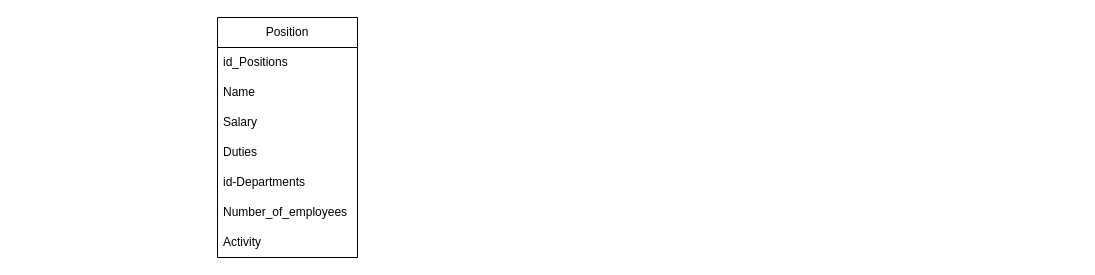
This is Рекламное агентство.drawio from Aazmandiuc/DataBases, a draw.io file, before an edit. Source tidied: cells renumbered, new cells numbered last; positions are measured from the earlier drawing's top-left corner, leaving out a move shared by most shapes. Both pictures are drawn from the tidied source at 100%, with x=0, y=0 at pixel (217, 17).
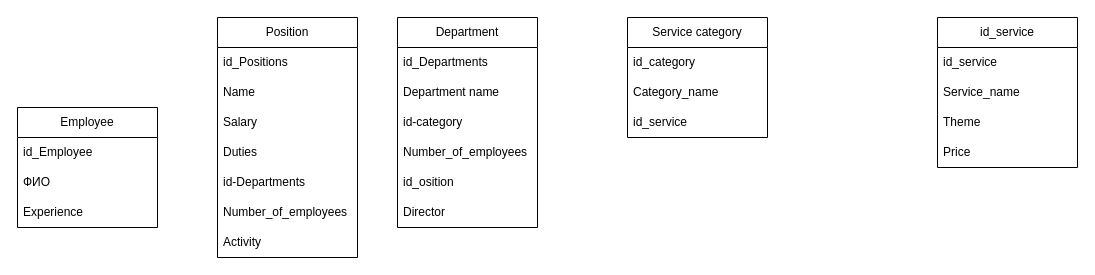
The same page after the edit.

Change to the diagram source:
```diff
@@
+    <mxCell id="10" value="Employee" style="swimlane;fontStyle=0;horizontal=1;startSize=30;whiteSpace=wrap;html=1;rounded=0;swimlaneLine=1;glass=0;shadow=0;noLabel=0;direction=east;fixDash=0;absoluteArcSize=0;" parent="1" vertex="1">
+      <mxGeometry x="-200" y="90" width="140" height="120" as="geometry" />
+    </mxCell>
+    <mxCell id="11" value="id_Employee" style="text;strokeColor=none;fillColor=none;align=left;verticalAlign=middle;spacingLeft=4;spacingRight=4;overflow=hidden;whiteSpace=wrap;html=1;" parent="10" vertex="1">
+      <mxGeometry y="30" width="140" height="30" as="geometry" />
+    </mxCell>
+    <mxCell id="12" value="ФИО" style="text;strokeColor=none;fillColor=none;align=left;verticalAlign=middle;spacingLeft=4;spacingRight=4;overflow=hidden;whiteSpace=wrap;html=1;" parent="10" vertex="1">
+      <mxGeometry y="60" width="140" height="30" as="geometry" />
+    </mxCell>
+    <mxCell id="13" value="Experience" style="text;strokeColor=none;fillColor=none;align=left;verticalAlign=middle;spacingLeft=4;spacingRight=4;overflow=hidden;whiteSpace=wrap;html=1;" parent="10" vertex="1">
+      <mxGeometry y="90" width="140" height="30" as="geometry" />
+    </mxCell>
+    <mxCell id="14" value="Department" style="swimlane;fontStyle=0;horizontal=1;startSize=30;whiteSpace=wrap;html=1;rounded=0;swimlaneLine=1;glass=0;shadow=0;noLabel=0;direction=east;fixDash=0;absoluteArcSize=0;" parent="1" vertex="1">
+      <mxGeometry x="180" width="140" height="210" as="geometry" />
+    </mxCell>
+    <mxCell id="15" value="id_Departments" style="text;strokeColor=none;fillColor=none;align=left;verticalAlign=middle;spacingLeft=4;spacingRight=4;overflow=hidden;whiteSpace=wrap;html=1;" parent="14" vertex="1">
+      <mxGeometry y="30" width="140" height="30" as="geometry" />
+    </mxCell>
+    <mxCell id="16" value="Department name" style="text;strokeColor=none;fillColor=none;align=left;verticalAlign=middle;spacingLeft=4;spacingRight=4;overflow=hidden;whiteSpace=wrap;html=1;" parent="14" vertex="1">
+      <mxGeometry y="60" width="140" height="30" as="geometry" />
+    </mxCell>
+    <mxCell id="17" value="id-category" style="text;strokeColor=none;fillColor=none;align=left;verticalAlign=middle;spacingLeft=4;spacingRight=4;overflow=hidden;whiteSpace=wrap;html=1;" parent="14" vertex="1">
+      <mxGeometry y="90" width="140" height="30" as="geometry" />
+    </mxCell>
+    <mxCell id="18" value="Number_of_employees" style="text;strokeColor=none;fillColor=none;align=left;verticalAlign=middle;spacingLeft=4;spacingRight=4;overflow=hidden;whiteSpace=wrap;html=1;" parent="14" vertex="1">
+      <mxGeometry y="120" width="140" height="30" as="geometry" />
+    </mxCell>
+    <mxCell id="19" value="id_osition" style="text;strokeColor=none;fillColor=none;align=left;verticalAlign=middle;spacingLeft=4;spacingRight=4;overflow=hidden;whiteSpace=wrap;html=1;" parent="14" vertex="1">
+      <mxGeometry y="150" width="140" height="30" as="geometry" />
+    </mxCell>
+    <mxCell id="20" value="Director" style="text;strokeColor=none;fillColor=none;align=left;verticalAlign=middle;spacingLeft=4;spacingRight=4;overflow=hidden;whiteSpace=wrap;html=1;" parent="14" vertex="1">
+      <mxGeometry y="180" width="140" height="30" as="geometry" />
+    </mxCell>
+    <mxCell id="21" value="Service category" style="swimlane;fontStyle=0;horizontal=1;startSize=30;whiteSpace=wrap;html=1;" parent="1" vertex="1">
+      <mxGeometry x="410" width="140" height="120" as="geometry" />
+    </mxCell>
+    <mxCell id="22" value="id_category" style="text;strokeColor=none;fillColor=none;align=left;verticalAlign=middle;spacingLeft=4;spacingRight=4;overflow=hidden;whiteSpace=wrap;html=1;" parent="21" vertex="1">
+      <mxGeometry y="30" width="140" height="30" as="geometry" />
+    </mxCell>
+    <mxCell id="23" value="Category_name" style="text;strokeColor=none;fillColor=none;align=left;verticalAlign=middle;spacingLeft=4;spacingRight=4;overflow=hidden;whiteSpace=wrap;html=1;" parent="21" vertex="1">
+      <mxGeometry y="60" width="140" height="30" as="geometry" />
+    </mxCell>
+    <mxCell id="24" value="id_service" style="text;strokeColor=none;fillColor=none;align=left;verticalAlign=middle;spacingLeft=4;spacingRight=4;overflow=hidden;whiteSpace=wrap;html=1;" parent="21" vertex="1">
+      <mxGeometry y="90" width="140" height="30" as="geometry" />
+    </mxCell>
+    <mxCell id="25" value="id_service" style="swimlane;fontStyle=0;horizontal=1;startSize=30;whiteSpace=wrap;html=1;" parent="1" vertex="1">
+      <mxGeometry x="720" width="140" height="150" as="geometry" />
+    </mxCell>
+    <mxCell id="26" value="id_service" style="text;strokeColor=none;fillColor=none;align=left;verticalAlign=middle;spacingLeft=4;spacingRight=4;overflow=hidden;whiteSpace=wrap;html=1;" parent="25" vertex="1">
+      <mxGeometry y="30" width="140" height="30" as="geometry" />
+    </mxCell>
+    <mxCell id="27" value="Service_name" style="text;strokeColor=none;fillColor=none;align=left;verticalAlign=middle;spacingLeft=4;spacingRight=4;overflow=hidden;whiteSpace=wrap;html=1;" parent="25" vertex="1">
+      <mxGeometry y="60" width="140" height="30" as="geometry" />
+    </mxCell>
+    <mxCell id="28" value="Theme" style="text;strokeColor=none;fillColor=none;align=left;verticalAlign=middle;spacingLeft=4;spacingRight=4;overflow=hidden;whiteSpace=wrap;html=1;" parent="25" vertex="1">
+      <mxGeometry y="90" width="140" height="30" as="geometry" />
+    </mxCell>
+    <mxCell id="29" value="Price" style="text;strokeColor=none;fillColor=none;align=left;verticalAlign=middle;spacingLeft=4;spacingRight=4;overflow=hidden;whiteSpace=wrap;html=1;" parent="25" vertex="1">
+      <mxGeometry y="120" width="140" height="30" as="geometry" />
+    </mxCell>
```
